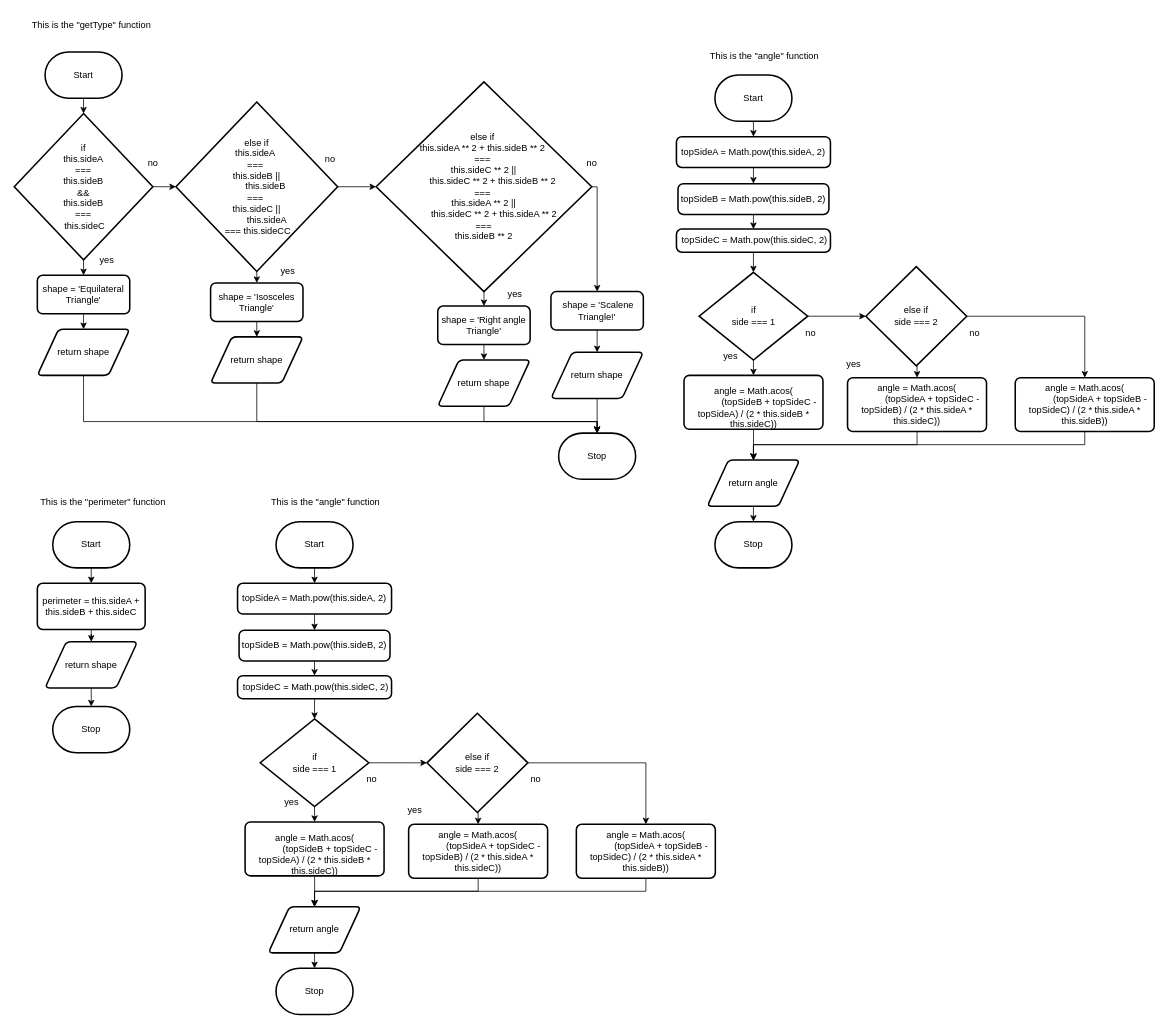
Earlier version of the draw.io diagram design/flowchart2.drawio (evan-beaudoin99/ICS4U-Assignment3). Source tidied: cells renumbered, new cells numbered last; positions are measured from the earlier drawing's top-left corner, leaving out a move shared by most shapes. Both pictures are drawn from the tidied source at 77%, with x=0, y=0 at pixel (14, 13).
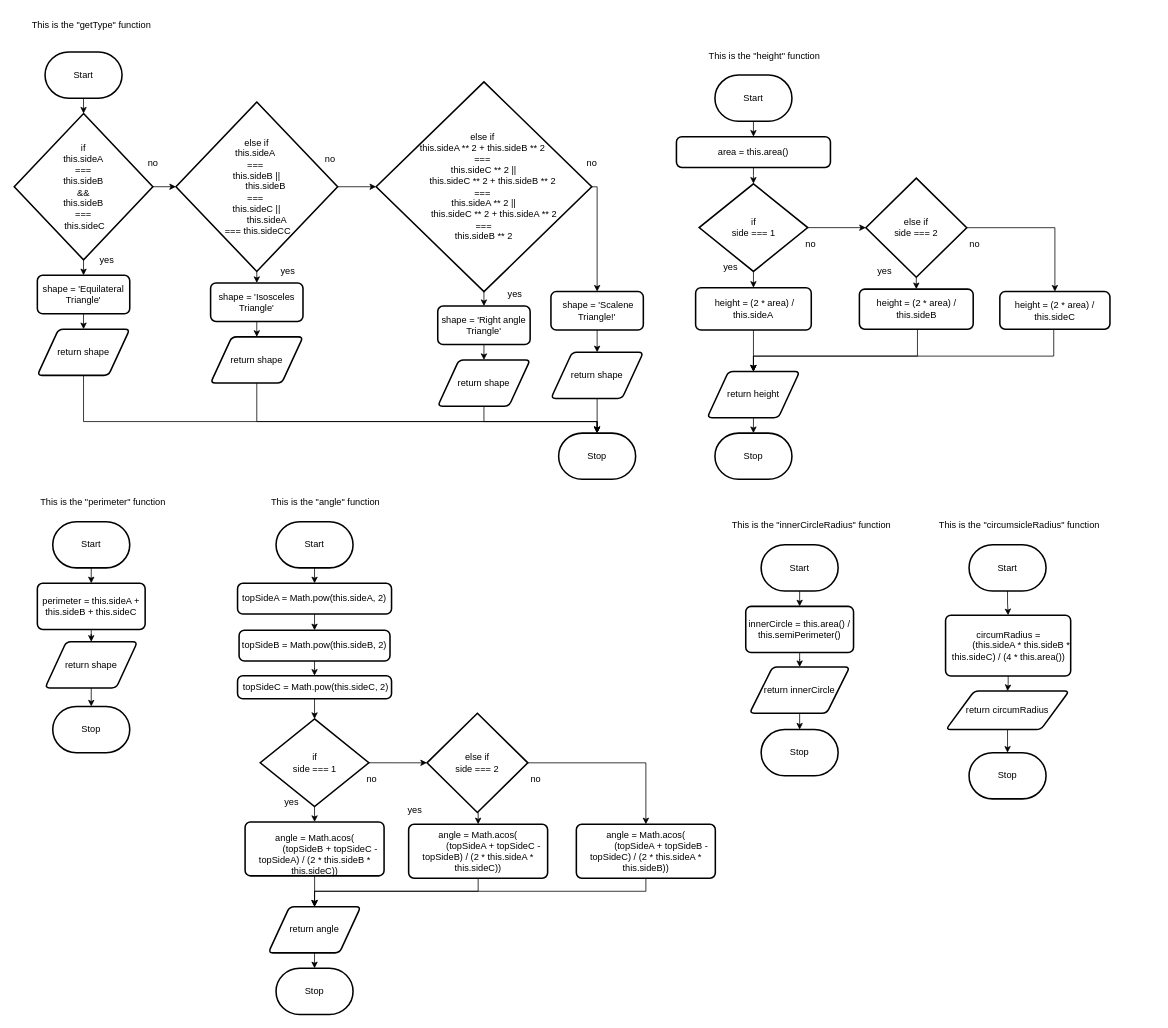
After the change.

Change to the diagram source:
```diff
@@
     <mxCell id="75" value="Stop" style="strokeWidth=2;html=1;shape=mxgraph.flowchart.terminator;whiteSpace=wrap;" parent="1" vertex="1">
-      <mxGeometry x="910" y="660" width="100" height="60" as="geometry" />
+      <mxGeometry x="910" y="545" width="100" height="60" as="geometry" />
     </mxCell>
@@
     <mxCell id="78" value="if&lt;br&gt;side === 1" style="strokeWidth=2;html=1;shape=mxgraph.flowchart.decision;whiteSpace=wrap;" parent="1" vertex="1">
-      <mxGeometry x="889.5" y="336.2" width="141" height="113.8" as="geometry" />
+      <mxGeometry x="889.5" y="221.2" width="141" height="113.8" as="geometry" />
     </mxCell>
@@
-    <mxCell id="80" value="&lt;div&gt;&lt;br&gt;&lt;/div&gt;&lt;div&gt;angle = Math.acos(&lt;/div&gt;&lt;div&gt;&amp;nbsp; &amp;nbsp; &amp;nbsp; &amp;nbsp; &amp;nbsp; &amp;nbsp; (topSideB + topSideC - topSideA) / (2 * this.sideB * this.sideC)&lt;span style=&quot;background-color: initial;&quot;&gt;)&lt;/span&gt;&lt;/div&gt;" style="rounded=1;whiteSpace=wrap;html=1;absoluteArcSize=1;arcSize=14;strokeWidth=2;" parent="1" vertex="1">
-      <mxGeometry x="869.8" y="470" width="180.5" height="70" as="geometry" />
+    <mxCell id="80" value="&amp;nbsp;height = (2 * area) / this.sideA" style="rounded=1;whiteSpace=wrap;html=1;absoluteArcSize=1;arcSize=14;strokeWidth=2;" parent="1" vertex="1">
+      <mxGeometry x="884.9" y="356.2" width="150.2" height="55" as="geometry" />
     </mxCell>
     <mxCell id="81" value="no" style="text;html=1;align=center;verticalAlign=middle;strokeColor=none;fillColor=none;" parent="1" vertex="1">
-      <mxGeometry x="1014" y="400" width="40" height="30" as="geometry" />
+      <mxGeometry x="1014" y="285" width="40" height="30" as="geometry" />
     </mxCell>
     <mxCell id="82" value="yes" style="text;html=1;align=center;verticalAlign=middle;strokeColor=none;fillColor=none;" parent="1" vertex="1">
-      <mxGeometry x="910" y="430" width="40" height="30" as="geometry" />
+      <mxGeometry x="910" y="315" width="40" height="30" as="geometry" />
     </mxCell>
@@
     <mxCell id="85" value="else if&lt;br&gt;&lt;div&gt;&lt;/div&gt;side === 2" style="strokeWidth=2;html=1;shape=mxgraph.flowchart.decision;whiteSpace=wrap;" parent="1" vertex="1">
-      <mxGeometry x="1106" y="328.8" width="131" height="128.8" as="geometry" />
+      <mxGeometry x="1106" y="213.8" width="131" height="128.8" as="geometry" />
     </mxCell>
     <mxCell id="86" value="no" style="text;html=1;align=center;verticalAlign=middle;strokeColor=none;fillColor=none;" parent="1" vertex="1">
-      <mxGeometry x="1227" y="400" width="40" height="30" as="geometry" />
+      <mxGeometry x="1227" y="285" width="40" height="30" as="geometry" />
     </mxCell>
     <mxCell id="87" value="yes" style="text;html=1;align=center;verticalAlign=middle;strokeColor=none;fillColor=none;" parent="1" vertex="1">
-      <mxGeometry x="1070" y="440" width="40" height="30" as="geometry" />
+      <mxGeometry x="1110" y="320" width="40" height="30" as="geometry" />
     </mxCell>
-    <mxCell id="88" value="This is the &quot;angle&quot; function" style="text;html=1;align=center;verticalAlign=middle;strokeColor=none;fillColor=none;" parent="1" vertex="1">
-      <mxGeometry x="894" y="40" width="160" height="30" as="geometry" />
+    <mxCell id="88" value="This is the &quot;height&quot; function" style="text;html=1;align=center;verticalAlign=middle;strokeColor=none;fillColor=none;" parent="1" vertex="1">
+      <mxGeometry x="889" y="40" width="170" height="30" as="geometry" />
     </mxCell>
-    <mxCell id="89" style="edgeStyle=orthogonalEdgeStyle;rounded=0;html=1;exitX=0.5;exitY=1;exitDx=0;exitDy=0;entryX=0.5;entryY=0;entryDx=0;entryDy=0;" parent="1" edge="1" source="90" target="92">
-      <mxGeometry relative="1" as="geometry" />
+    <mxCell id="89" style="edgeStyle=orthogonalEdgeStyle;rounded=0;html=1;exitX=0.5;exitY=1;exitDx=0;exitDy=0;entryX=0.5;entryY=0;entryDx=0;entryDy=0;" parent="1" edge="1" source="90">
+      <mxGeometry relative="1" as="geometry">
+        <mxPoint x="960" y="221" as="targetPoint" />
+      </mxGeometry>
     </mxCell>
-    <mxCell id="90" value="&lt;div style=&quot;text-align: justify;&quot;&gt;topSideA = Math.pow(this.sideA, 2)&lt;/div&gt;" style="rounded=1;whiteSpace=wrap;html=1;absoluteArcSize=1;arcSize=14;strokeWidth=2;" parent="1" vertex="1">
+    <mxCell id="90" value="&lt;div style=&quot;text-align: justify;&quot;&gt;area = this.area()&lt;/div&gt;" style="rounded=1;whiteSpace=wrap;html=1;absoluteArcSize=1;arcSize=14;strokeWidth=2;" parent="1" vertex="1">
       <mxGeometry x="860" y="160" width="200" height="40" as="geometry" />
     </mxCell>
-    <mxCell id="91" style="edgeStyle=orthogonalEdgeStyle;rounded=0;html=1;" parent="1" edge="1" source="92" target="94">
-      <mxGeometry relative="1" as="geometry" />
-    </mxCell>
-    <mxCell id="92" value="&lt;div&gt;&lt;span style=&quot;background-color: initial;&quot;&gt;topSideB = Math.pow(this.sideB, 2)&lt;/span&gt;&lt;/div&gt;" style="rounded=1;whiteSpace=wrap;html=1;absoluteArcSize=1;arcSize=14;strokeWidth=2;" parent="1" vertex="1">
-      <mxGeometry x="862" y="221" width="196" height="40" as="geometry" />
-    </mxCell>
-    <mxCell id="93" style="edgeStyle=orthogonalEdgeStyle;rounded=0;html=1;" parent="1" edge="1" source="94" target="78">
-      <mxGeometry relative="1" as="geometry" />
-    </mxCell>
-    <mxCell id="94" value="&lt;div&gt;&lt;span style=&quot;background-color: initial;&quot;&gt;&amp;nbsp;topSideC = Math.pow(this.sideC, 2)&lt;/span&gt;&lt;br&gt;&lt;/div&gt;" style="rounded=1;whiteSpace=wrap;html=1;absoluteArcSize=1;arcSize=14;strokeWidth=2;" parent="1" vertex="1">
-      <mxGeometry x="860" y="280" width="200" height="30" as="geometry" />
-    </mxCell>
     <mxCell id="95" style="edgeStyle=orthogonalEdgeStyle;rounded=0;html=1;entryX=0.5;entryY=0;entryDx=0;entryDy=0;" parent="1" edge="1" source="96" target="100">
       <mxGeometry relative="1" as="geometry">
         <Array as="points">
-          <mxPoint x="1173" y="560" />
-          <mxPoint x="960" y="560" />
+          <mxPoint x="1173" y="445" />
+          <mxPoint x="960" y="445" />
         </Array>
       </mxGeometry>
     </mxCell>
-    <mxCell id="96" value="&lt;div&gt;angle = Math.acos(&lt;/div&gt;&lt;div&gt;&amp;nbsp; &amp;nbsp; &amp;nbsp; &amp;nbsp; &amp;nbsp; &amp;nbsp; (topSideA + topSideC - topSideB) / (2 * this.sideA * this.sideC)&lt;span style=&quot;background-color: initial;&quot;&gt;)&lt;/span&gt;&lt;/div&gt;" style="rounded=1;whiteSpace=wrap;html=1;absoluteArcSize=1;arcSize=14;strokeWidth=2;" parent="1" vertex="1">
-      <mxGeometry x="1082.2" y="473" width="180.5" height="70" as="geometry" />
+    <mxCell id="96" value="height = (2 * area) / this.sideB" style="rounded=1;whiteSpace=wrap;html=1;absoluteArcSize=1;arcSize=14;strokeWidth=2;" parent="1" vertex="1">
+      <mxGeometry x="1097.6" y="358" width="147.8" height="52" as="geometry" />
     </mxCell>
     <mxCell id="97" style="edgeStyle=orthogonalEdgeStyle;rounded=0;html=1;entryX=0.5;entryY=0;entryDx=0;entryDy=0;" parent="1" edge="1" source="98" target="100">
       <mxGeometry relative="1" as="geometry">
         <Array as="points">
-          <mxPoint x="1390" y="560" />
-          <mxPoint x="960" y="560" />
+          <mxPoint x="1350" y="445" />
+          <mxPoint x="960" y="445" />
         </Array>
       </mxGeometry>
     </mxCell>
-    <mxCell id="98" value="&lt;div&gt;angle = Math.acos(&lt;/div&gt;&lt;div&gt;&amp;nbsp; &amp;nbsp; &amp;nbsp; &amp;nbsp; &amp;nbsp; &amp;nbsp; (topSideA + topSideB - topSideC) / (2 * this.sideA * this.sideB)&lt;span style=&quot;background-color: initial;&quot;&gt;)&lt;/span&gt;&lt;/div&gt;" style="rounded=1;whiteSpace=wrap;html=1;absoluteArcSize=1;arcSize=14;strokeWidth=2;" parent="1" vertex="1">
-      <mxGeometry x="1300" y="473" width="180.5" height="70" as="geometry" />
+    <mxCell id="98" value="height = (2 * area) / this.sideC" style="rounded=1;whiteSpace=wrap;html=1;absoluteArcSize=1;arcSize=14;strokeWidth=2;" parent="1" vertex="1">
+      <mxGeometry x="1280" y="361.2" width="143" height="48.8" as="geometry" />
     </mxCell>
@@
-    <mxCell id="100" value="return angle" style="shape=parallelogram;html=1;strokeWidth=2;perimeter=parallelogramPerimeter;whiteSpace=wrap;rounded=1;arcSize=12;size=0.23;" parent="1" vertex="1">
-      <mxGeometry x="900" y="580" width="120" height="60" as="geometry" />
+    <mxCell id="100" value="return height" style="shape=parallelogram;html=1;strokeWidth=2;perimeter=parallelogramPerimeter;whiteSpace=wrap;rounded=1;arcSize=12;size=0.23;" parent="1" vertex="1">
+      <mxGeometry x="900" y="465" width="120" height="60" as="geometry" />
     </mxCell>
+    <mxCell id="101" style="edgeStyle=orthogonalEdgeStyle;rounded=0;html=1;" parent="1" edge="1" source="102" target="105">
+      <mxGeometry relative="1" as="geometry" />
+    </mxCell>
+    <mxCell id="102" value="Start" style="strokeWidth=2;html=1;shape=mxgraph.flowchart.terminator;whiteSpace=wrap;" parent="1" vertex="1">
+      <mxGeometry x="970" y="690" width="100" height="60" as="geometry" />
+    </mxCell>
+    <mxCell id="103" value="Stop" style="strokeWidth=2;html=1;shape=mxgraph.flowchart.terminator;whiteSpace=wrap;" parent="1" vertex="1">
+      <mxGeometry x="970" y="930" width="100" height="60" as="geometry" />
+    </mxCell>
+    <mxCell id="104" style="edgeStyle=orthogonalEdgeStyle;rounded=0;html=1;" parent="1" edge="1" source="105" target="107">
+      <mxGeometry relative="1" as="geometry" />
+    </mxCell>
+    <mxCell id="105" value="innerCircle = this.area() / this.semiPerimeter()" style="rounded=1;whiteSpace=wrap;html=1;absoluteArcSize=1;arcSize=14;strokeWidth=2;" parent="1" vertex="1">
+      <mxGeometry x="950" y="770" width="140" height="60" as="geometry" />
+    </mxCell>
+    <mxCell id="106" style="edgeStyle=orthogonalEdgeStyle;rounded=0;html=1;" parent="1" edge="1" source="107" target="103">
+      <mxGeometry relative="1" as="geometry" />
+    </mxCell>
+    <mxCell id="107" value="return innerCircle" style="shape=parallelogram;html=1;strokeWidth=2;perimeter=parallelogramPerimeter;whiteSpace=wrap;rounded=1;arcSize=12;size=0.23;" parent="1" vertex="1">
+      <mxGeometry x="955" y="848.8" width="130" height="60" as="geometry" />
+    </mxCell>
+    <mxCell id="108" value="This is the &quot;innerCircleRadius&quot; function" style="text;html=1;align=center;verticalAlign=middle;strokeColor=none;fillColor=none;" parent="1" vertex="1">
+      <mxGeometry x="920" y="650" width="230" height="30" as="geometry" />
+    </mxCell>
+    <mxCell id="109" style="edgeStyle=orthogonalEdgeStyle;rounded=0;html=1;" parent="1" edge="1" source="110" target="113">
+      <mxGeometry relative="1" as="geometry" />
+    </mxCell>
+    <mxCell id="110" value="Start" style="strokeWidth=2;html=1;shape=mxgraph.flowchart.terminator;whiteSpace=wrap;" parent="1" vertex="1">
+      <mxGeometry x="1240" y="690" width="100" height="60" as="geometry" />
+    </mxCell>
+    <mxCell id="111" value="Stop" style="strokeWidth=2;html=1;shape=mxgraph.flowchart.terminator;whiteSpace=wrap;" parent="1" vertex="1">
+      <mxGeometry x="1240" y="960" width="100" height="60" as="geometry" />
+    </mxCell>
+    <mxCell id="112" style="edgeStyle=orthogonalEdgeStyle;rounded=0;html=1;" parent="1" edge="1" source="113" target="115">
+      <mxGeometry relative="1" as="geometry" />
+    </mxCell>
+    <mxCell id="113" value="&lt;div&gt;circumRadius =&lt;/div&gt;&lt;div&gt;&amp;nbsp; &amp;nbsp; &amp;nbsp; &amp;nbsp; &amp;nbsp; (this.sideA * this.sideB * this.sideC) / (4 * this.area())&lt;/div&gt;" style="rounded=1;whiteSpace=wrap;html=1;absoluteArcSize=1;arcSize=14;strokeWidth=2;" parent="1" vertex="1">
+      <mxGeometry x="1209.5" y="781.5" width="162.5" height="79" as="geometry" />
+    </mxCell>
+    <mxCell id="114" style="edgeStyle=orthogonalEdgeStyle;rounded=0;html=1;" parent="1" edge="1" source="115" target="111">
+      <mxGeometry relative="1" as="geometry" />
+    </mxCell>
+    <mxCell id="115" value="return circumRadius" style="shape=parallelogram;html=1;strokeWidth=2;perimeter=parallelogramPerimeter;whiteSpace=wrap;rounded=1;arcSize=12;size=0.23;" parent="1" vertex="1">
+      <mxGeometry x="1210" y="880" width="160" height="50" as="geometry" />
+    </mxCell>
+    <mxCell id="116" value="This is the &quot;circumsicleRadius&quot; function" style="text;html=1;align=center;verticalAlign=middle;strokeColor=none;fillColor=none;" parent="1" vertex="1">
+      <mxGeometry x="1190" y="650" width="230" height="30" as="geometry" />
+    </mxCell>
```
